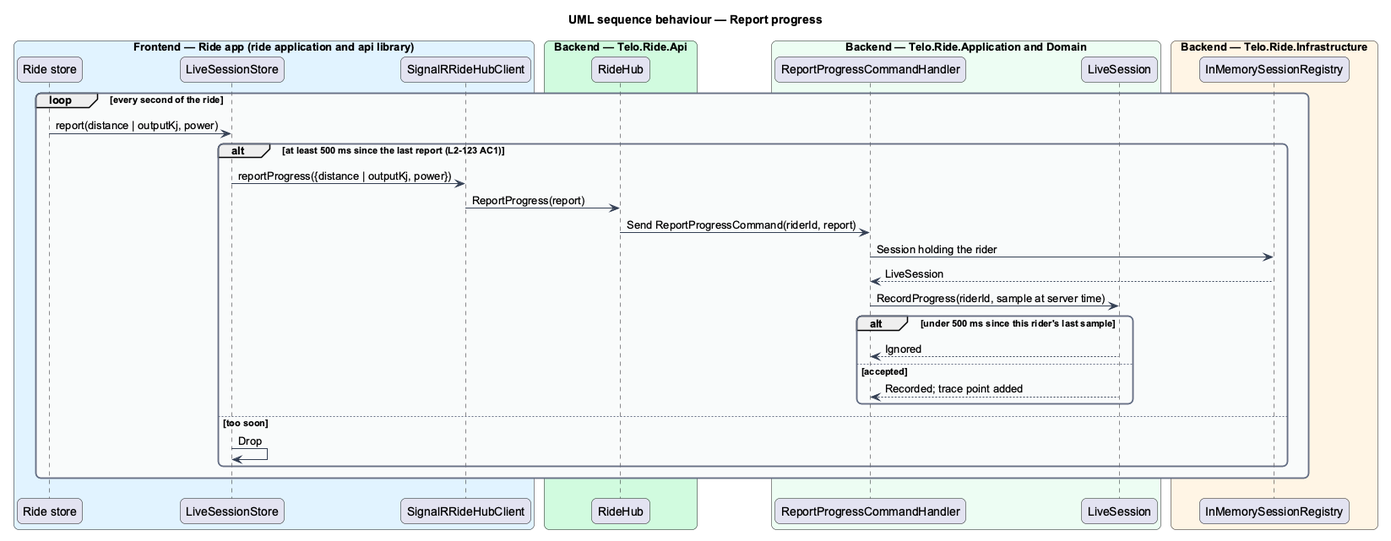
The PlantUML diagram docs/detailed-designs/multiplayer/share-progress-and-standings/diagrams/sequence-report-progress.png in QuinntyneBrown/wattzup, before a commit.
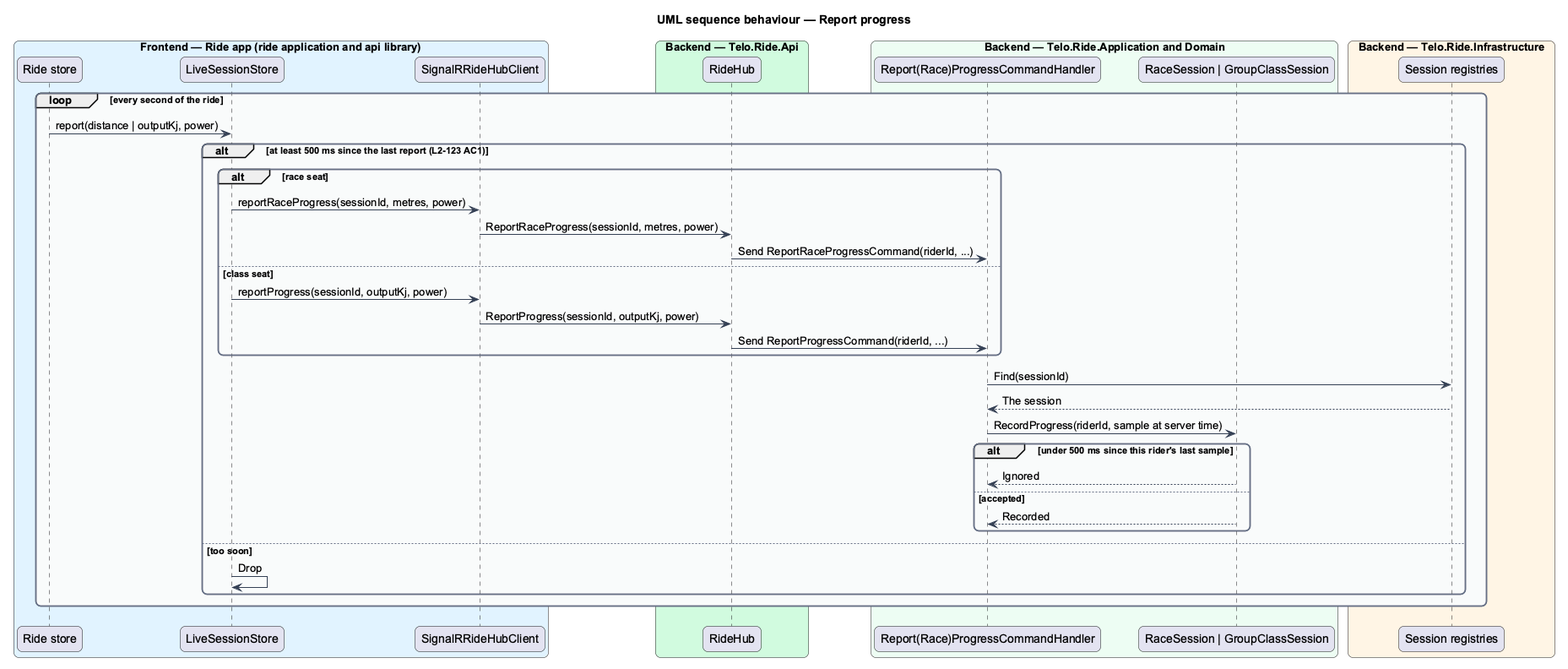
Above is the later version.

Commit message:
Design how a riders-online race shares progress and standings

Change to the diagram source:
```diff
@@ -23,25 +23,31 @@
   participant "RideHub" as hub
 end box
 box "Backend — Telo.Ride.Application and Domain" #ECFDF3
-  participant "ReportProgressCommandHandler" as handler
-  participant "LiveSession" as session
+  participant "Report(Race)ProgressCommandHandler" as handler
+  participant "RaceSession | GroupClassSession" as session
 end box
 box "Backend — Telo.Ride.Infrastructure" #FFF4E5
-  participant "InMemorySessionRegistry" as registry
+  participant "Session registries" as registry
 end box
 loop every second of the ride
   engine -> reporter : report(distance | outputKj, power)
   alt at least 500 ms since the last report (L2-123 AC1)
-    reporter -> client : reportProgress({distance | outputKj, power})
-    client -> hub : ReportProgress(report)
-    hub -> handler : Send ReportProgressCommand(riderId, report)
-    handler -> registry : Session holding the rider
-    registry --> handler : LiveSession
+    alt race seat
+      reporter -> client : reportRaceProgress(sessionId, metres, power)
+      client -> hub : ReportRaceProgress(sessionId, metres, power)
+      hub -> handler : Send ReportRaceProgressCommand(riderId, ...)
+    else class seat
+      reporter -> client : reportProgress(sessionId, outputKj, power)
+      client -> hub : ReportProgress(sessionId, outputKj, power)
+      hub -> handler : Send ReportProgressCommand(riderId, ...)
+    end
+    handler -> registry : Find(sessionId)
+    registry --> handler : The session
     handler -> session : RecordProgress(riderId, sample at server time)
     alt under 500 ms since this rider's last sample
       session --> handler : Ignored
     else accepted
-      session --> handler : Recorded; trace point added
+      session --> handler : Recorded
     end
   else too soon
     reporter -> reporter : Drop
```
